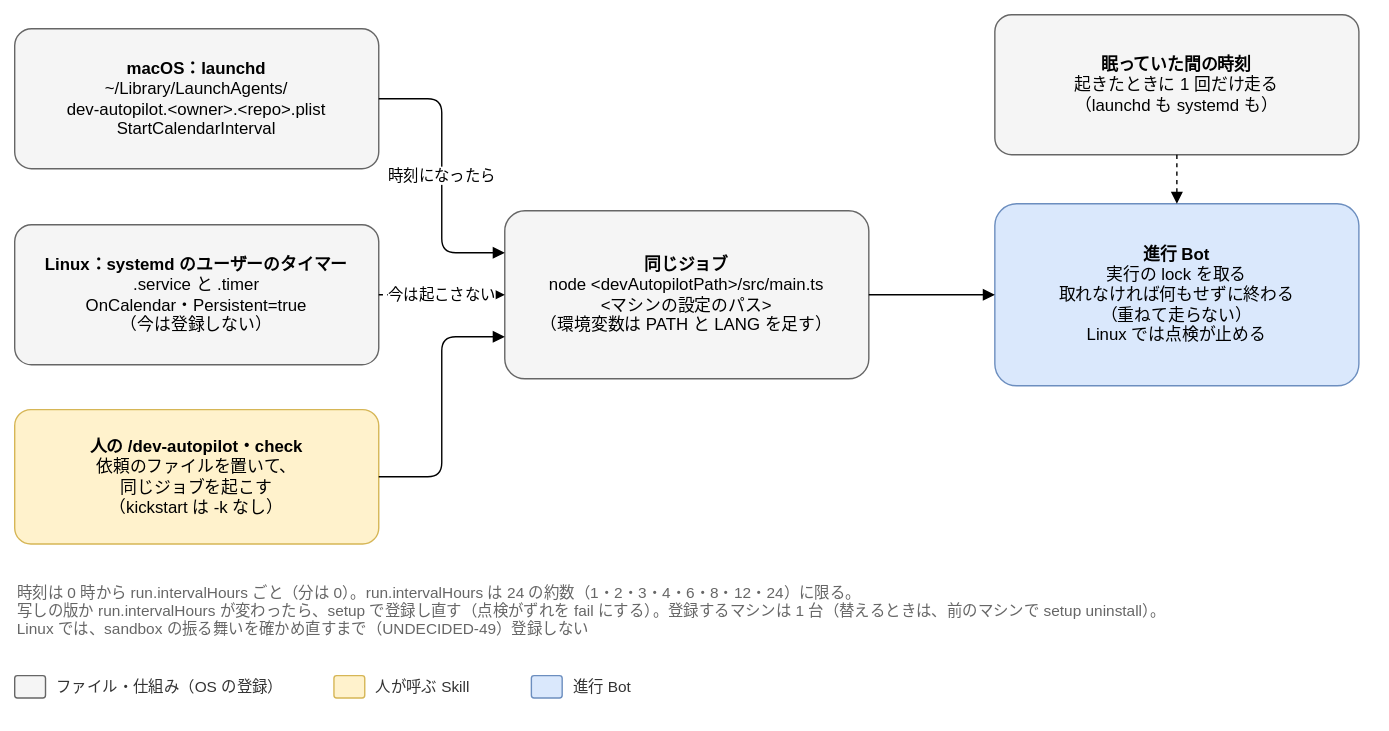
Joymerrevent/dev-autopilot keeps this draw.io diagram as docs/design/basic/diagrams/04-schedule.drawio.svg. Above is the earlier version. Source tidied: cells renumbered, new cells last; positions are measured from the earlier drawing's top-left corner, leaving out a move shared by most shapes.
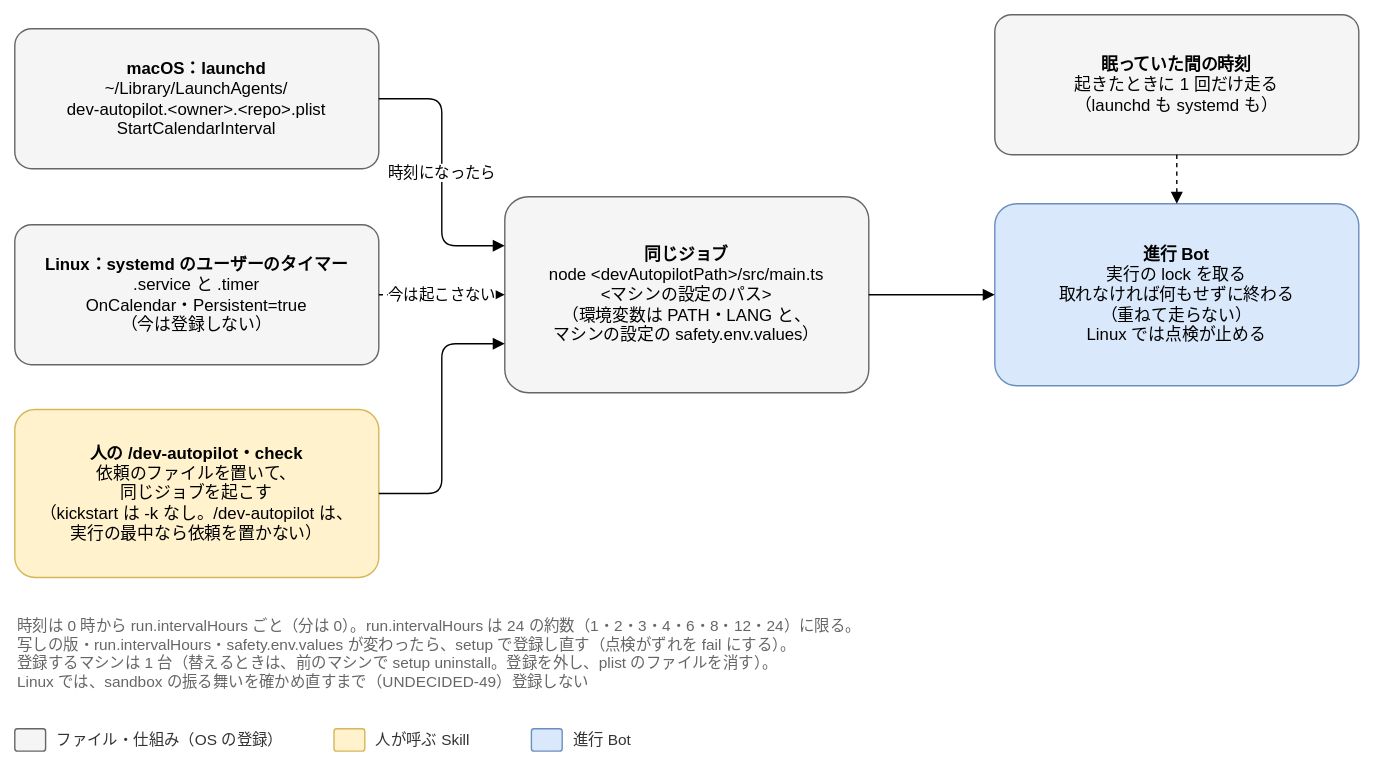
After the change.

What changed in the source:
```diff
@@ -8,11 +8,11 @@
     <mxCell id="3" value="&lt;b&gt;Linux：systemd のユーザーのタイマー&lt;/b&gt;&lt;br&gt;.service と .timer&lt;br&gt;OnCalendar・Persistent=true&lt;br&gt;（今は登録しない）" style="rounded=1;whiteSpace=wrap;html=1;fontSize=12;arcSize=12;spacing=12;fillColor=#f5f5f5;strokeColor=#666666;" parent="1" vertex="1">
       <mxGeometry y="150" width="260" height="100" as="geometry" />
     </mxCell>
-    <mxCell id="4" value="&lt;b&gt;人の /dev-autopilot・check&lt;/b&gt;&lt;br&gt;依頼のファイルを置いて、&lt;br&gt;同じジョブを起こす&lt;br&gt;（kickstart は -k なし）" style="rounded=1;whiteSpace=wrap;html=1;fontSize=12;arcSize=12;spacing=12;fillColor=#fff2cc;strokeColor=#d6b656;" parent="1" vertex="1">
-      <mxGeometry y="282" width="260" height="96" as="geometry" />
+    <mxCell id="4" value="&lt;b&gt;人の /dev-autopilot・check&lt;/b&gt;&lt;br&gt;依頼のファイルを置いて、&lt;br&gt;同じジョブを起こす&lt;br&gt;（kickstart は -k なし。/dev-autopilot は、&lt;br&gt;実行の最中なら依頼を置かない）" style="rounded=1;whiteSpace=wrap;html=1;fontSize=12;arcSize=12;spacing=12;fillColor=#fff2cc;strokeColor=#d6b656;" parent="1" vertex="1">
+      <mxGeometry y="282" width="260" height="120" as="geometry" />
     </mxCell>
-    <mxCell id="5" value="&lt;b&gt;同じジョブ&lt;/b&gt;&lt;br&gt;node &amp;lt;devAutopilotPath&amp;gt;/src/main.ts&lt;br&gt;&amp;lt;マシンの設定のパス&amp;gt;&lt;br&gt;（環境変数は PATH と LANG を足す）" style="rounded=1;whiteSpace=wrap;html=1;fontSize=12;arcSize=12;spacing=12;fillColor=#f5f5f5;strokeColor=#666666;" parent="1" vertex="1">
-      <mxGeometry x="350" y="140" width="260" height="120" as="geometry" />
+    <mxCell id="5" value="&lt;b&gt;同じジョブ&lt;/b&gt;&lt;br&gt;node &amp;lt;devAutopilotPath&amp;gt;/src/main.ts&lt;br&gt;&amp;lt;マシンの設定のパス&amp;gt;&lt;br&gt;（環境変数は PATH・LANG と、&lt;br&gt;マシンの設定の safety.env.values）" style="rounded=1;whiteSpace=wrap;html=1;fontSize=12;arcSize=12;spacing=12;fillColor=#f5f5f5;strokeColor=#666666;" parent="1" vertex="1">
+      <mxGeometry x="350" y="130" width="260" height="140" as="geometry" />
     </mxCell>
     <mxCell id="6" value="時刻になったら" style="edgeStyle=orthogonalEdgeStyle;rounded=1;html=1;endArrow=block;endFill=1;fontSize=11;labelBackgroundColor=#ffffff;exitX=1;exitY=0.5;exitDx=0;exitDy=0;entryX=0;entryY=0.25;entryDx=0;entryDy=0;" parent="1" edge="1" source="2" target="5">
       <mxGeometry relative="1" as="geometry" />
@@ -35,26 +35,26 @@
     <mxCell id="12" style="edgeStyle=orthogonalEdgeStyle;rounded=1;html=1;endArrow=block;endFill=1;fontSize=11;labelBackgroundColor=#ffffff;dashed=1;exitX=0.5;exitY=1;exitDx=0;exitDy=0;entryX=0.5;entryY=0;entryDx=0;entryDy=0;" parent="1" edge="1" source="11" target="9">
       <mxGeometry relative="1" as="geometry" />
     </mxCell>
-    <mxCell id="13" value="時刻は 0 時から run.intervalHours ごと（分は 0）。run.intervalHours は 24 の約数（1・2・3・4・6・8・12・24）に限る。&lt;br&gt;写しの版か run.intervalHours が変わったら、setup で登録し直す（点検がずれを fail にする）。登録するマシンは 1 台（替えるときは、前のマシンで setup uninstall）。&lt;br&gt;Linux では、sandbox の振る舞いを確かめ直すまで（UNDECIDED-49）登録しない" style="text;html=1;whiteSpace=wrap;align=left;verticalAlign=top;fontSize=11;fontColor=#666666;" parent="1" vertex="1">
-      <mxGeometry y="400" width="960" height="54" as="geometry" />
+    <mxCell id="13" value="時刻は 0 時から run.intervalHours ごと（分は 0）。run.intervalHours は 24 の約数（1・2・3・4・6・8・12・24）に限る。&lt;br&gt;写しの版・run.intervalHours・safety.env.values が変わったら、setup で登録し直す（点検がずれを fail にする）。&lt;br&gt;登録するマシンは 1 台（替えるときは、前のマシンで setup uninstall。登録を外し、plist のファイルを消す）。&lt;br&gt;Linux では、sandbox の振る舞いを確かめ直すまで（UNDECIDED-49）登録しない" style="text;html=1;whiteSpace=wrap;align=left;verticalAlign=top;fontSize=11;fontColor=#666666;" parent="1" vertex="1">
+      <mxGeometry y="424" width="960" height="68" as="geometry" />
     </mxCell>
     <mxCell id="14" style="rounded=1;whiteSpace=wrap;html=1;fontSize=12;arcSize=12;spacing=12;fillColor=#f5f5f5;strokeColor=#666666;" parent="1" vertex="1">
-      <mxGeometry y="472" width="22" height="16" as="geometry" />
+      <mxGeometry y="510" width="22" height="16" as="geometry" />
     </mxCell>
     <mxCell id="15" value="ファイル・仕組み（OS の登録）" style="text;html=1;align=left;verticalAlign=middle;fontSize=11;fontColor=#333333;" parent="1" vertex="1">
-      <mxGeometry x="28" y="470" width="184" height="20" as="geometry" />
+      <mxGeometry x="28" y="508" width="184" height="20" as="geometry" />
     </mxCell>
     <mxCell id="16" style="rounded=1;whiteSpace=wrap;html=1;fontSize=12;arcSize=12;spacing=12;fillColor=#fff2cc;strokeColor=#d6b656;" parent="1" vertex="1">
-      <mxGeometry x="228" y="472" width="22" height="16" as="geometry" />
+      <mxGeometry x="228" y="510" width="22" height="16" as="geometry" />
     </mxCell>
     <mxCell id="17" value="人が呼ぶ Skill" style="text;html=1;align=left;verticalAlign=middle;fontSize=11;fontColor=#333333;" parent="1" vertex="1">
-      <mxGeometry x="256" y="470" width="97" height="20" as="geometry" />
+      <mxGeometry x="256" y="508" width="97" height="20" as="geometry" />
     </mxCell>
     <mxCell id="18" style="rounded=1;whiteSpace=wrap;html=1;fontSize=12;arcSize=12;spacing=12;fillColor=#dae8fc;strokeColor=#6c8ebf;" parent="1" vertex="1">
-      <mxGeometry x="369" y="472" width="22" height="16" as="geometry" />
+      <mxGeometry x="369" y="510" width="22" height="16" as="geometry" />
     </mxCell>
     <mxCell id="19" value="進行 Bot" style="text;html=1;align=left;verticalAlign=middle;fontSize=11;fontColor=#333333;" parent="1" vertex="1">
-      <mxGeometry x="397" y="470" width="59" height="20" as="geometry" />
+      <mxGeometry x="397" y="508" width="59" height="20" as="geometry" />
     </mxCell>
   </root>
 </mxGraphModel>
```
